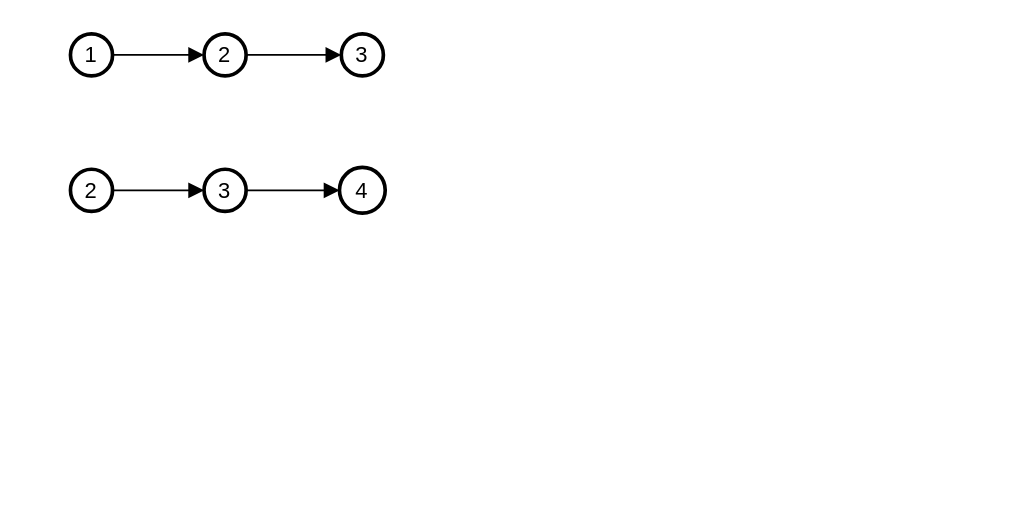
Earlier version of the draw.io diagram Untitled Diagram.drawio (NotDiego7/DSA). Source tidied: cells renumbered, new cells numbered last; positions are measured from the earlier drawing's top-left corner, leaving out a move shared by most shapes. Both pictures are drawn from the tidied source at 183%, with x=0, y=0 at pixel (70, 33).
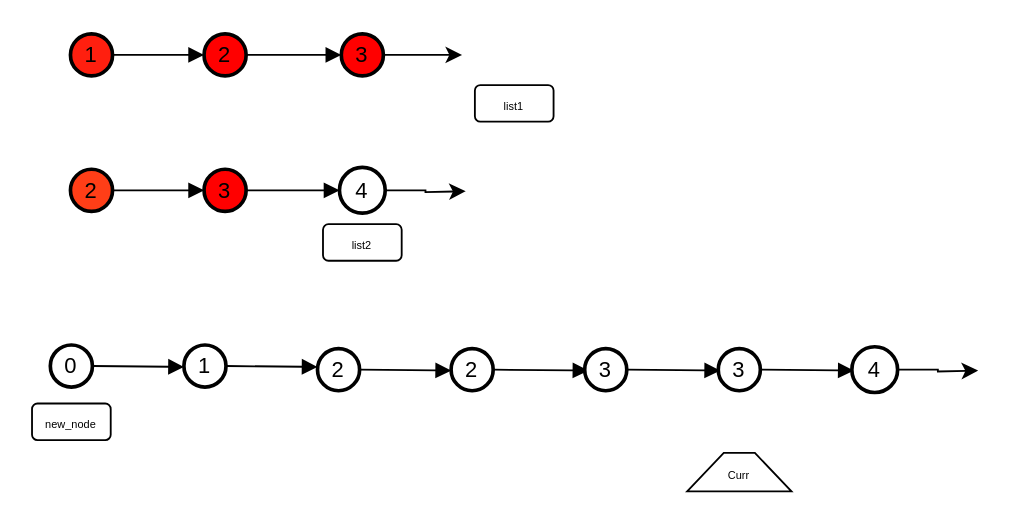
The same page after the edit.

Unchanged cells that the change refers to:
```xml
<mxCell id="7" value="4" style="ellipse;strokeWidth=2;whiteSpace=wrap;" parent="1" vertex="1">
  <mxGeometry x="147" y="73" width="25" height="25" as="geometry" />
</mxCell>
```

Diff of the diagram source:
```diff
@@
-    <mxCell id="2" value="1" style="ellipse;strokeWidth=2;whiteSpace=wrap;" parent="1" vertex="1">
+    <mxCell id="2" value="1" style="ellipse;strokeWidth=2;whiteSpace=wrap;fillColor=#FF1F0F;" parent="1" vertex="1">
       <mxGeometry width="23" height="23" as="geometry" />
     </mxCell>
-    <mxCell id="3" value="2" style="ellipse;strokeWidth=2;whiteSpace=wrap;" parent="1" vertex="1">
+    <mxCell id="3" value="2" style="ellipse;strokeWidth=2;whiteSpace=wrap;fillColor=#FF0000;" parent="1" vertex="1">
       <mxGeometry x="73" width="23" height="23" as="geometry" />
     </mxCell>
+    <mxCell id="12" style="edgeStyle=orthogonalEdgeStyle;rounded=0;jettySize=auto;html=1;" parent="1" edge="1" source="4">
+      <mxGeometry relative="1" as="geometry">
+        <mxPoint x="214" y="11.5" as="targetPoint" />
+      </mxGeometry>
+    </mxCell>
-    <mxCell id="4" value="3" style="ellipse;strokeWidth=2;whiteSpace=wrap;" parent="1" vertex="1">
+    <mxCell id="4" value="3" style="ellipse;strokeWidth=2;whiteSpace=wrap;fillColor=#FF0000;" parent="1" vertex="1">
       <mxGeometry x="148" width="23" height="23" as="geometry" />
     </mxCell>
-    <mxCell id="5" value="2" style="ellipse;strokeWidth=2;whiteSpace=wrap;" parent="1" vertex="1">
+    <mxCell id="5" value="2" style="ellipse;strokeWidth=2;whiteSpace=wrap;fillColor=#FF3E17;" parent="1" vertex="1">
       <mxGeometry y="74" width="23" height="23" as="geometry" />
     </mxCell>
-    <mxCell id="6" value="3" style="ellipse;strokeWidth=2;whiteSpace=wrap;" parent="1" vertex="1">
+    <mxCell id="6" value="3" style="ellipse;strokeWidth=2;whiteSpace=wrap;fillColor=#FF0000;" parent="1" vertex="1">
       <mxGeometry x="73" y="74" width="23" height="23" as="geometry" />
     </mxCell>
+    <mxCell id="13" style="edgeStyle=orthogonalEdgeStyle;rounded=0;jettySize=auto;html=1;" parent="1" edge="1" source="7">
+      <mxGeometry relative="1" as="geometry">
+        <mxPoint x="216" y="86" as="targetPoint" />
+      </mxGeometry>
+    </mxCell>
@@
+    <mxCell id="14" value="&lt;font style=&quot;font-size: 6px;&quot;&gt;new_node&lt;/font&gt;" style="rounded=1;whiteSpace=wrap;html=1;" parent="1" vertex="1">
+      <mxGeometry x="-21" y="202" width="43" height="20" as="geometry" />
+    </mxCell>
+    <mxCell id="15" value="0" style="ellipse;strokeWidth=2;whiteSpace=wrap;" parent="1" vertex="1">
+      <mxGeometry x="-11" y="170" width="23" height="23" as="geometry" />
+    </mxCell>
+    <mxCell id="16" style="curved=1;startArrow=none;endArrow=block;exitX=1.0169836956521738;exitY=0.516983695652174;entryX=0.016983695652173912;entryY=0.516983695652174;" parent="1" edge="1" source="15">
+      <mxGeometry relative="1" as="geometry">
+        <mxPoint x="62" y="182" as="targetPoint" />
+      </mxGeometry>
+    </mxCell>
+    <mxCell id="17" value="&lt;font style=&quot;font-size: 6px;&quot;&gt;Curr&lt;/font&gt;" style="shape=trapezoid;perimeter=trapezoidPerimeter;whiteSpace=wrap;html=1;fixedSize=1;" parent="1" vertex="1">
+      <mxGeometry x="337" y="229" width="57" height="21" as="geometry" />
+    </mxCell>
+    <mxCell id="18" value="1" style="ellipse;strokeWidth=2;whiteSpace=wrap;" parent="1" vertex="1">
+      <mxGeometry x="62" y="170" width="23" height="23" as="geometry" />
+    </mxCell>
+    <mxCell id="19" style="curved=1;startArrow=none;endArrow=block;exitX=1.0169836956521738;exitY=0.5084918478260869;entryX=0.016983695652173912;entryY=0.5084918478260869;" parent="1" edge="1" source="18">
+      <mxGeometry relative="1" as="geometry">
+        <mxPoint x="135" y="182" as="targetPoint" />
+      </mxGeometry>
+    </mxCell>
+    <mxCell id="20" value="&lt;font style=&quot;font-size: 6px;&quot;&gt;list1&lt;/font&gt;" style="rounded=1;whiteSpace=wrap;html=1;" parent="1" vertex="1">
+      <mxGeometry x="221" y="28" width="43" height="20" as="geometry" />
+    </mxCell>
+    <mxCell id="21" value="&lt;font style=&quot;font-size: 6px;&quot;&gt;list2&lt;/font&gt;" style="rounded=1;whiteSpace=wrap;html=1;" parent="1" vertex="1">
+      <mxGeometry x="138" y="104" width="43" height="20" as="geometry" />
+    </mxCell>
+    <mxCell id="22" value="2" style="ellipse;strokeWidth=2;whiteSpace=wrap;" parent="1" vertex="1">
+      <mxGeometry x="135" y="172" width="23" height="23" as="geometry" />
+    </mxCell>
+    <mxCell id="23" style="curved=1;startArrow=none;endArrow=block;exitX=1.0169836956521738;exitY=0.516983695652174;entryX=0.016983695652173912;entryY=0.516983695652174;" parent="1" edge="1" source="22">
+      <mxGeometry relative="1" as="geometry">
+        <mxPoint x="208" y="184" as="targetPoint" />
+      </mxGeometry>
+    </mxCell>
+    <mxCell id="24" value="2" style="ellipse;strokeWidth=2;whiteSpace=wrap;" parent="1" vertex="1">
+      <mxGeometry x="208" y="172" width="23" height="23" as="geometry" />
+    </mxCell>
+    <mxCell id="25" style="curved=1;startArrow=none;endArrow=block;exitX=1.033967391304348;exitY=0.5084918478260869;entryX=-0.018002717391304348;entryY=0.5084918478260869;" parent="1" edge="1" source="24">
+      <mxGeometry relative="1" as="geometry">
+        <mxPoint x="283" y="184" as="targetPoint" />
+      </mxGeometry>
+    </mxCell>
+    <mxCell id="26" value="3" style="ellipse;strokeWidth=2;whiteSpace=wrap;" parent="1" vertex="1">
+      <mxGeometry x="281" y="172" width="23" height="23" as="geometry" />
+    </mxCell>
+    <mxCell id="27" style="curved=1;startArrow=none;endArrow=block;exitX=1.033967391304348;exitY=0.516983695652174;entryX=-0.00875;entryY=0.515625;" parent="1" edge="1" source="26">
+      <mxGeometry relative="1" as="geometry">
+        <mxPoint x="355" y="184" as="targetPoint" />
+      </mxGeometry>
+    </mxCell>
+    <mxCell id="28" value="3" style="ellipse;strokeWidth=2;whiteSpace=wrap;" parent="1" vertex="1">
+      <mxGeometry x="354" y="172" width="23" height="23" as="geometry" />
+    </mxCell>
+    <mxCell id="29" style="curved=1;startArrow=none;endArrow=block;exitX=1.033967391304348;exitY=0.516983695652174;entryX=-0.00875;entryY=0.515625;" parent="1" edge="1" source="28">
+      <mxGeometry relative="1" as="geometry">
+        <mxPoint x="428" y="184" as="targetPoint" />
+      </mxGeometry>
+    </mxCell>
+    <mxCell id="30" style="edgeStyle=orthogonalEdgeStyle;rounded=0;jettySize=auto;html=1;" parent="1" edge="1" source="31">
+      <mxGeometry relative="1" as="geometry">
+        <mxPoint x="496" y="184" as="targetPoint" />
+      </mxGeometry>
+    </mxCell>
+    <mxCell id="31" value="4" style="ellipse;strokeWidth=2;whiteSpace=wrap;" parent="1" vertex="1">
+      <mxGeometry x="427" y="171" width="25" height="25" as="geometry" />
+    </mxCell>
```
